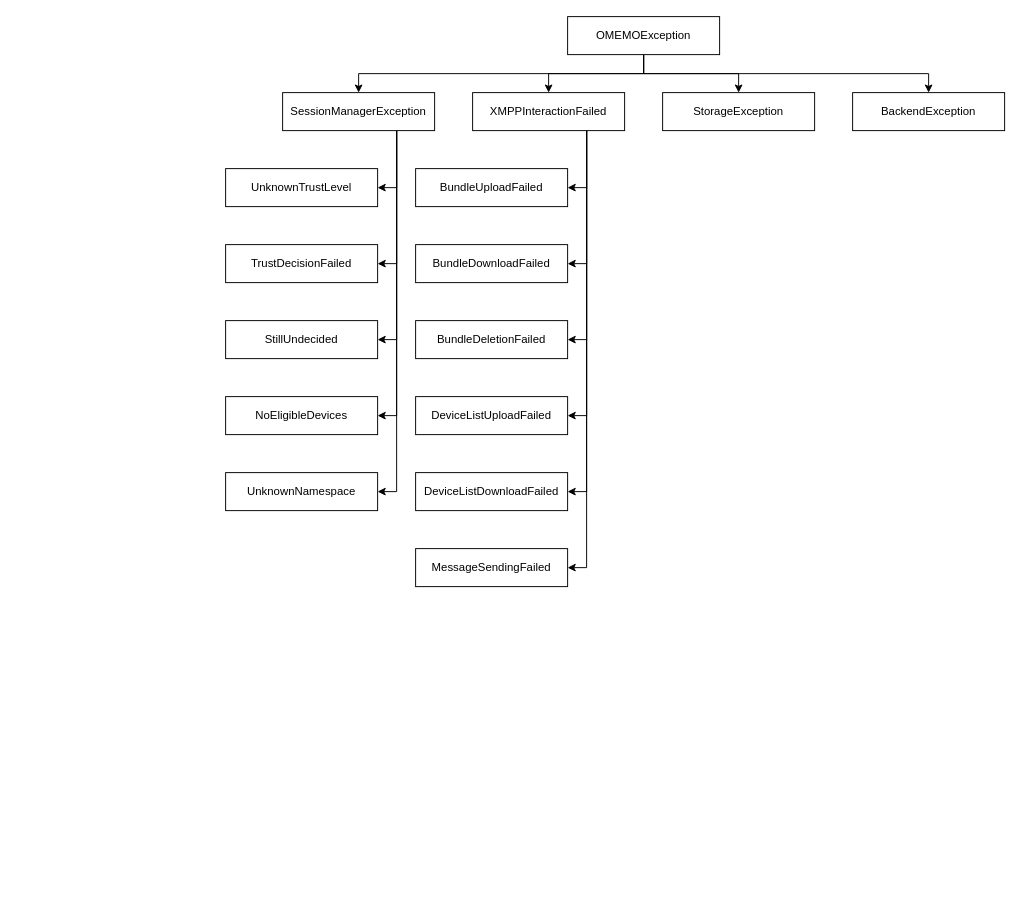
Earlier version of the draw.io diagram Exceptions.drawio (Syndace/python-omemo). Source tidied: cells renumbered, new cells numbered last; positions are measured from the earlier drawing's top-left corner, leaving out a move shared by most shapes. Both pictures are drawn from the tidied source at 95%, with x=0, y=0 at pixel (225, 16).
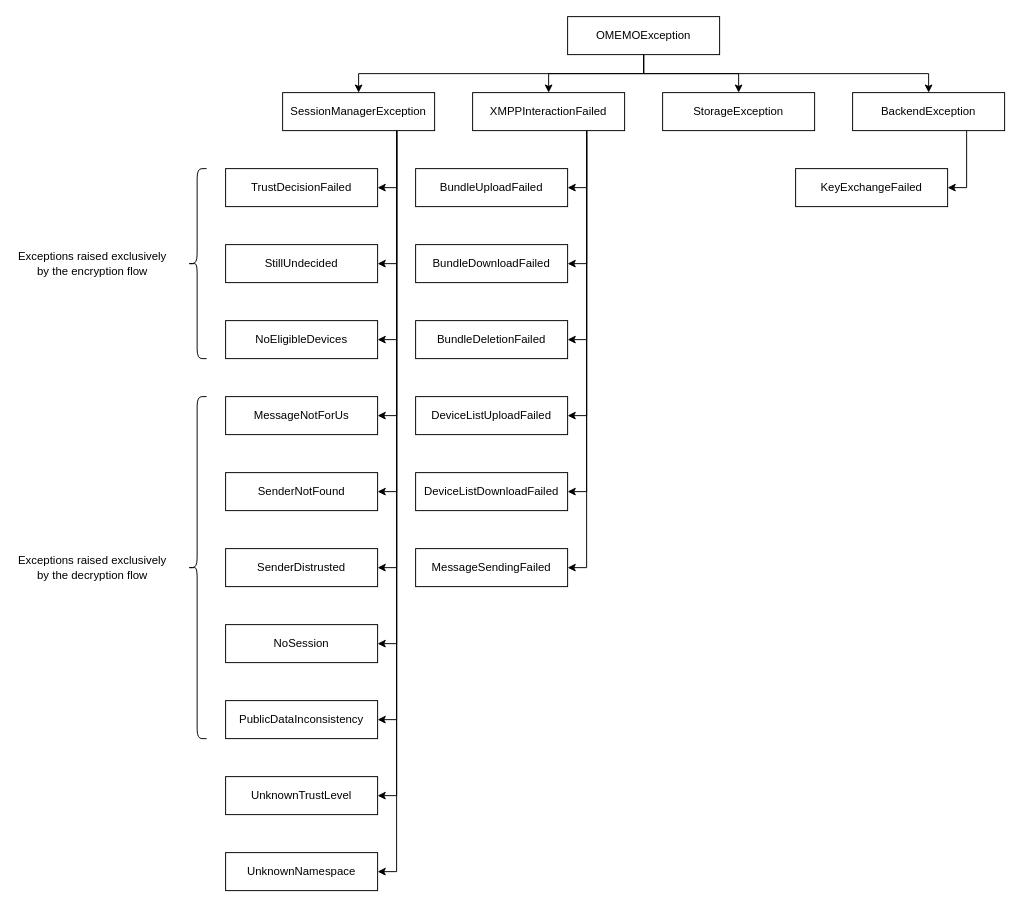
The same page after the edit.

Commit message (it also covers changes not shown here):
Added a bunch of new exception types related to the decryption flow

Unchanged cells that the change refers to:
```xml
<mxCell id="12" value="SessionManagerException" style="rounded=0;whiteSpace=wrap;html=1;" parent="1" vertex="1">
  <mxGeometry x="60" y="80" width="160" height="40" as="geometry" />
</mxCell>
<mxCell id="21" value="BackendException" style="rounded=0;whiteSpace=wrap;html=1;" parent="1" vertex="1">
  <mxGeometry x="660" y="80" width="160" height="40" as="geometry" />
</mxCell>
```

What changed in the source:
```diff
@@
+    <mxCell id="33" style="edgeStyle=orthogonalEdgeStyle;rounded=0;jettySize=auto;html=1;exitX=0.75;exitY=1;exitDx=0;exitDy=0;entryX=1;entryY=0.5;entryDx=0;entryDy=0;" parent="1" edge="1" source="12" target="40">
+      <mxGeometry relative="1" as="geometry" />
+    </mxCell>
+    <mxCell id="34" style="edgeStyle=orthogonalEdgeStyle;rounded=0;jettySize=auto;html=1;exitX=0.75;exitY=1;exitDx=0;exitDy=0;entryX=1;entryY=0.5;entryDx=0;entryDy=0;" parent="1" edge="1" source="12" target="41">
+      <mxGeometry relative="1" as="geometry" />
+    </mxCell>
+    <mxCell id="35" style="edgeStyle=orthogonalEdgeStyle;rounded=0;jettySize=auto;html=1;exitX=0.75;exitY=1;exitDx=0;exitDy=0;entryX=1;entryY=0.5;entryDx=0;entryDy=0;" parent="1" edge="1" source="12" target="42">
+      <mxGeometry relative="1" as="geometry" />
+    </mxCell>
+    <mxCell id="36" style="edgeStyle=orthogonalEdgeStyle;rounded=0;jettySize=auto;html=1;exitX=0.75;exitY=1;exitDx=0;exitDy=0;entryX=1;entryY=0.5;entryDx=0;entryDy=0;" parent="1" edge="1" source="12" target="43">
+      <mxGeometry relative="1" as="geometry" />
+    </mxCell>
+    <mxCell id="37" style="edgeStyle=orthogonalEdgeStyle;rounded=0;jettySize=auto;html=1;exitX=0.75;exitY=1;exitDx=0;exitDy=0;entryX=1;entryY=0.5;entryDx=0;entryDy=0;" parent="1" edge="1" source="12" target="44">
+      <mxGeometry relative="1" as="geometry" />
+    </mxCell>
@@
+    <mxCell id="38" style="edgeStyle=orthogonalEdgeStyle;rounded=0;jettySize=auto;html=1;exitX=0.75;exitY=1;exitDx=0;exitDy=0;entryX=1;entryY=0.5;entryDx=0;entryDy=0;" parent="1" edge="1" source="21" target="39">
+      <mxGeometry relative="1" as="geometry" />
+    </mxCell>
@@
     <mxCell id="22" value="UnknownTrustLevel" style="rounded=0;whiteSpace=wrap;html=1;" parent="1" vertex="1">
-      <mxGeometry y="160" width="160" height="40" as="geometry" />
+      <mxGeometry y="800" width="160" height="40" as="geometry" />
     </mxCell>
     <mxCell id="23" value="&lt;div&gt;TrustDecisionFailed&lt;/div&gt;" style="rounded=0;whiteSpace=wrap;html=1;" parent="1" vertex="1">
-      <mxGeometry y="240" width="160" height="40" as="geometry" />
+      <mxGeometry y="160" width="160" height="40" as="geometry" />
     </mxCell>
     <mxCell id="24" value="StillUndecided" style="rounded=0;whiteSpace=wrap;html=1;" parent="1" vertex="1">
-      <mxGeometry y="320" width="160" height="40" as="geometry" />
+      <mxGeometry y="240" width="160" height="40" as="geometry" />
     </mxCell>
     <mxCell id="25" value="NoEligibleDevices" style="rounded=0;whiteSpace=wrap;html=1;" parent="1" vertex="1">
-      <mxGeometry y="400" width="160" height="40" as="geometry" />
+      <mxGeometry y="320" width="160" height="40" as="geometry" />
     </mxCell>
     <mxCell id="26" value="UnknownNamespace" style="rounded=0;whiteSpace=wrap;html=1;" parent="1" vertex="1">
-      <mxGeometry y="480" width="160" height="40" as="geometry" />
+      <mxGeometry y="880" width="160" height="40" as="geometry" />
     </mxCell>
@@
+    <mxCell id="39" value="KeyExchangeFailed" style="rounded=0;whiteSpace=wrap;html=1;" parent="1" vertex="1">
+      <mxGeometry x="600" y="160" width="160" height="40" as="geometry" />
+    </mxCell>
+    <mxCell id="40" value="MessageNotForUs" style="rounded=0;whiteSpace=wrap;html=1;" parent="1" vertex="1">
+      <mxGeometry y="400" width="160" height="40" as="geometry" />
+    </mxCell>
+    <mxCell id="41" value="SenderNotFound" style="rounded=0;whiteSpace=wrap;html=1;" parent="1" vertex="1">
+      <mxGeometry y="480" width="160" height="40" as="geometry" />
+    </mxCell>
+    <mxCell id="42" value="SenderDistrusted" style="rounded=0;whiteSpace=wrap;html=1;" parent="1" vertex="1">
+      <mxGeometry y="560" width="160" height="40" as="geometry" />
+    </mxCell>
+    <mxCell id="43" value="NoSession" style="rounded=0;whiteSpace=wrap;html=1;" parent="1" vertex="1">
+      <mxGeometry y="640" width="160" height="40" as="geometry" />
+    </mxCell>
+    <mxCell id="44" value="PublicDataInconsistency" style="rounded=0;whiteSpace=wrap;html=1;" parent="1" vertex="1">
+      <mxGeometry y="720" width="160" height="40" as="geometry" />
+    </mxCell>
+    <mxCell id="45" style="shape=curlyBracket;whiteSpace=wrap;html=1;rounded=1;" parent="1" vertex="1">
+      <mxGeometry x="-40" y="160" width="20" height="200" as="geometry" />
+    </mxCell>
+    <mxCell id="46" value="Exceptions raised exclusively by the encryption flow" style="text;html=1;strokeColor=none;fillColor=none;align=center;verticalAlign=middle;whiteSpace=wrap;rounded=0;" parent="1" vertex="1">
+      <mxGeometry x="-220" y="240" width="160" height="40" as="geometry" />
+    </mxCell>
+    <mxCell id="47" style="shape=curlyBracket;whiteSpace=wrap;html=1;rounded=1;" parent="1" vertex="1">
+      <mxGeometry x="-40" y="400" width="20" height="360" as="geometry" />
+    </mxCell>
+    <mxCell id="48" value="Exceptions raised exclusively by the decryption flow" style="text;html=1;strokeColor=none;fillColor=none;align=center;verticalAlign=middle;whiteSpace=wrap;rounded=0;" parent="1" vertex="1">
+      <mxGeometry x="-220" y="560" width="160" height="40" as="geometry" />
+    </mxCell>
```
